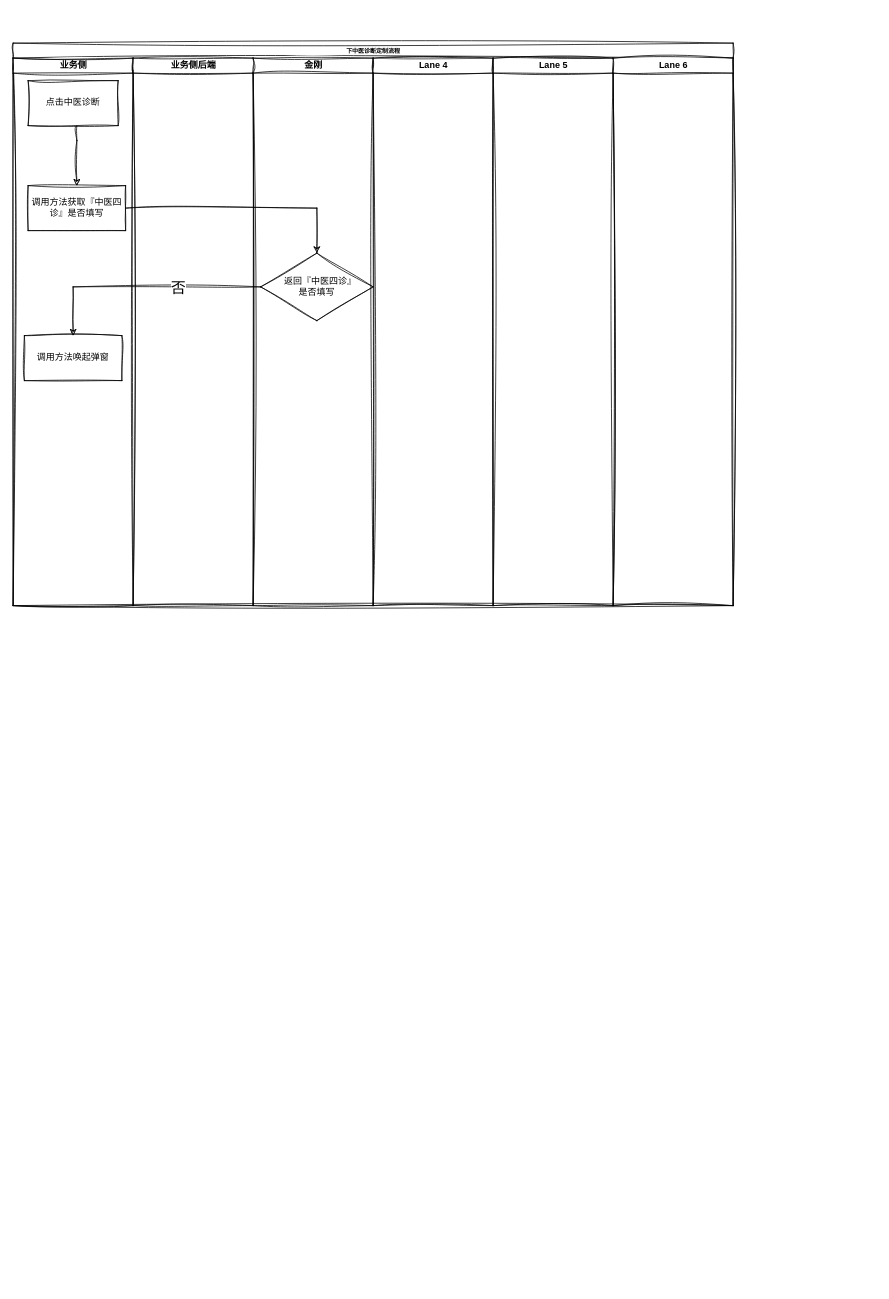
Above: 中医四诊流程.drawio in cydiacen/markdownImg (draw.io), before the change. Source tidied: cells renumbered, new cells numbered last; positions are measured from the earlier drawing's top-left corner, leaving out a move shared by most shapes. Both pictures are drawn from the tidied source at 75%, with x=0, y=0 at pixel (13, 43).
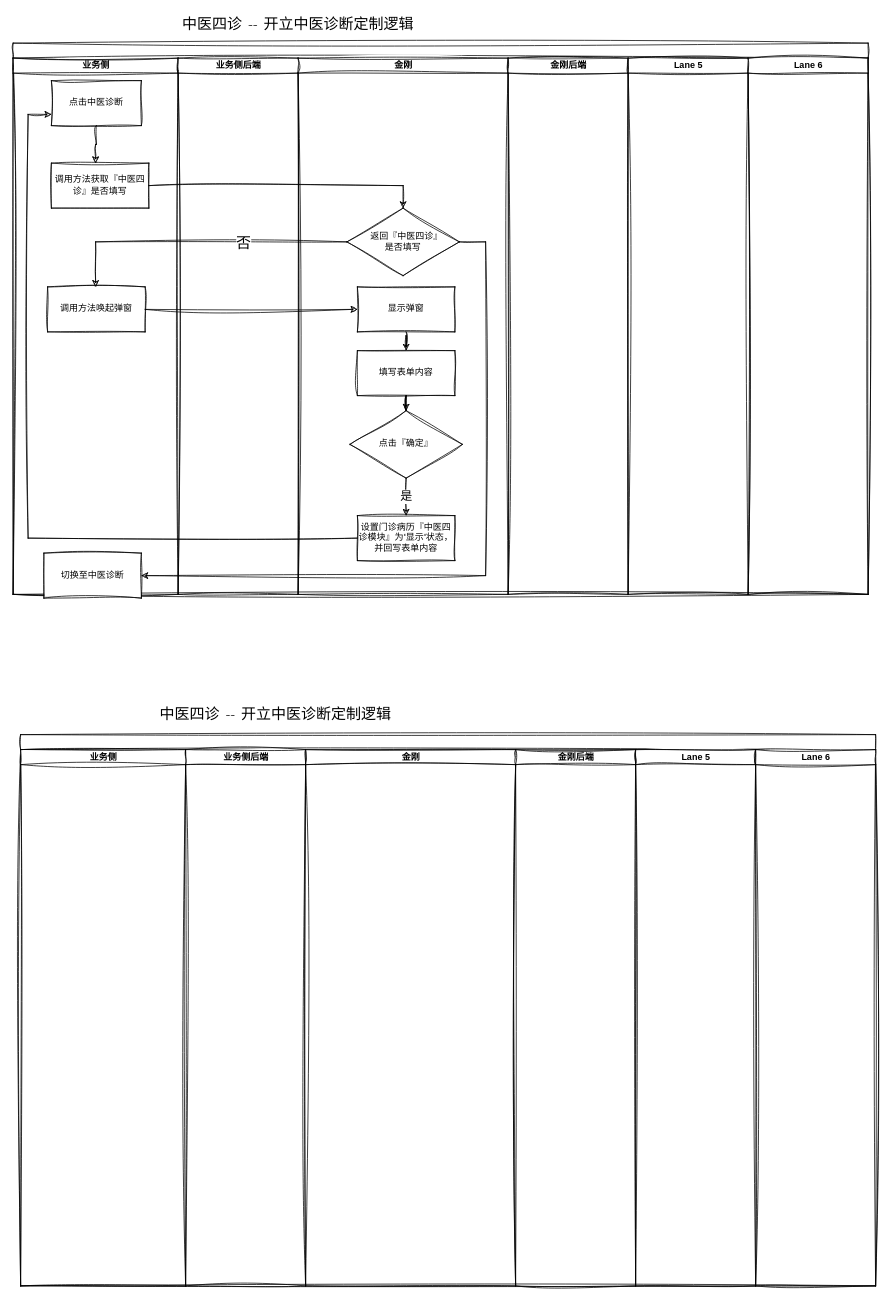
The same page after the edit.

Commit message (it also covers changes not shown here):
更新中医四诊流程.drawio

Diff of the diagram source:
```diff
@@
-    <mxCell id="2" value="下中医诊断定制流程" style="swimlane;html=1;startSize=20;rounded=0;shadow=0;labelBackgroundColor=none;strokeWidth=1;fontFamily=Verdana;fontSize=8;align=center;sketch=1;curveFitting=1;jiggle=2;" parent="1" vertex="1">
-      <mxGeometry width="960" height="750" as="geometry" />
+    <mxCell id="2" style="swimlane;html=1;startSize=20;rounded=0;shadow=0;labelBackgroundColor=none;strokeWidth=1;fontFamily=Verdana;fontSize=8;align=center;sketch=1;curveFitting=1;jiggle=2;spacing=2;" parent="1" vertex="1">
+      <mxGeometry width="1140" height="735" as="geometry" />
     </mxCell>
     <mxCell id="3" value="业务侧" style="swimlane;html=1;startSize=20;sketch=1;curveFitting=1;jiggle=2;" parent="2" vertex="1">
-      <mxGeometry y="20" width="160" height="730" as="geometry" />
+      <mxGeometry y="20" width="220" height="715" as="geometry" />
     </mxCell>
     <mxCell id="4" value="调用方法获取『中医四诊』是否填写" style="rounded=0;whiteSpace=wrap;html=1;sketch=1;hachureGap=4;jiggle=2;curveFitting=1;fontFamily=Architects Daughter;fontSize=12;" parent="3" vertex="1">
-      <mxGeometry x="20" y="170" width="130" height="60" as="geometry" />
+      <mxGeometry x="51" y="140" width="130" height="60" as="geometry" />
     </mxCell>
-    <mxCell id="5" style="edgeStyle=orthogonalEdgeStyle;rounded=0;sketch=1;hachureGap=4;jiggle=2;curveFitting=1;jettySize=auto;html=1;fontFamily=Architects Daughter;fontSize=16;" parent="3" edge="1" source="6" target="4">
-      <mxGeometry relative="1" as="geometry">
-        <Array as="points">
-          <mxPoint x="85" y="110" />
-          <mxPoint x="85" y="110" />
-        </Array>
-      </mxGeometry>
-    </mxCell>
     <mxCell id="6" value="点击中医诊断" style="rounded=0;whiteSpace=wrap;html=1;sketch=1;hachureGap=4;jiggle=2;curveFitting=1;fontFamily=Architects Daughter;fontSize=12;" parent="3" vertex="1">
-      <mxGeometry x="20" y="30" width="120" height="60" as="geometry" />
+      <mxGeometry x="51" y="30" width="120" height="60" as="geometry" />
     </mxCell>
     <mxCell id="7" value="调用方法唤起弹窗" style="rounded=0;whiteSpace=wrap;html=1;sketch=1;hachureGap=4;jiggle=2;curveFitting=1;fontFamily=Architects Daughter;fontSize=12;" parent="3" vertex="1">
-      <mxGeometry x="15" y="370" width="130" height="60" as="geometry" />
+      <mxGeometry x="46" y="305" width="130" height="60" as="geometry" />
     </mxCell>
+    <mxCell id="23" value="切换至中医诊断" style="rounded=0;whiteSpace=wrap;html=1;sketch=1;hachureGap=4;jiggle=2;curveFitting=1;fontFamily=Architects Daughter;fontSize=12;" parent="3" vertex="1">
+      <mxGeometry x="41" y="660" width="130" height="60" as="geometry" />
+    </mxCell>
+    <mxCell id="5" style="edgeStyle=orthogonalEdgeStyle;rounded=0;sketch=1;hachureGap=4;jiggle=2;curveFitting=1;jettySize=auto;html=1;entryX=0.454;entryY=0;entryDx=0;entryDy=0;entryPerimeter=0;fontFamily=Architects Daughter;fontSize=16;" parent="3" edge="1" source="6" target="4">
+      <mxGeometry relative="1" as="geometry" />
+    </mxCell>
     <mxCell id="8" value="业务侧后端" style="swimlane;html=1;startSize=20;sketch=1;curveFitting=1;jiggle=2;" parent="2" vertex="1">
-      <mxGeometry x="160" y="20" width="160" height="730" as="geometry" />
+      <mxGeometry x="220" y="20" width="160" height="715" as="geometry" />
     </mxCell>
     <mxCell id="9" value="金刚" style="swimlane;html=1;startSize=20;sketch=1;curveFitting=1;jiggle=2;" parent="2" vertex="1">
-      <mxGeometry x="320" y="20" width="160" height="730" as="geometry" />
+      <mxGeometry x="380" y="20" width="280" height="715" as="geometry" />
     </mxCell>
@@
     <mxCell id="11" value="&amp;nbsp; 返回『中医四诊』&lt;br&gt;&lt;div style=&quot;&quot;&gt;是否填写&lt;/div&gt;" style="rhombus;whiteSpace=wrap;html=1;sketch=1;hachureGap=4;jiggle=2;curveFitting=1;fontFamily=Architects Daughter;fontSize=12;" parent="9" vertex="1">
-      <mxGeometry x="10" y="260" width="150" height="90" as="geometry" />
+      <mxGeometry x="65" y="200" width="150" height="90" as="geometry" />
     </mxCell>
+    <mxCell id="24" style="edgeStyle=orthogonalEdgeStyle;rounded=0;sketch=1;hachureGap=4;jiggle=2;curveFitting=1;jettySize=auto;html=1;entryX=0.5;entryY=0;entryDx=0;entryDy=0;fontFamily=Architects Daughter;fontSize=16;" parent="9" edge="1" source="25" target="27">
+      <mxGeometry relative="1" as="geometry" />
+    </mxCell>
+    <mxCell id="25" value="显示弹窗" style="rounded=0;whiteSpace=wrap;html=1;sketch=1;hachureGap=4;jiggle=2;curveFitting=1;fontFamily=Architects Daughter;fontSize=12;" parent="9" vertex="1">
+      <mxGeometry x="79" y="305" width="130" height="60" as="geometry" />
+    </mxCell>
+    <mxCell id="26" style="edgeStyle=orthogonalEdgeStyle;rounded=0;sketch=1;hachureGap=4;jiggle=2;curveFitting=1;jettySize=auto;html=1;entryX=0.5;entryY=0;entryDx=0;entryDy=0;fontFamily=Architects Daughter;fontSize=16;" parent="9" edge="1" source="27" target="29">
+      <mxGeometry relative="1" as="geometry" />
+    </mxCell>
+    <mxCell id="27" value="填写表单内容" style="rounded=0;whiteSpace=wrap;html=1;sketch=1;hachureGap=4;jiggle=2;curveFitting=1;fontFamily=Architects Daughter;fontSize=12;" parent="9" vertex="1">
+      <mxGeometry x="79" y="390" width="130" height="60" as="geometry" />
+    </mxCell>
+    <mxCell id="28" value="是" style="edgeStyle=orthogonalEdgeStyle;rounded=0;sketch=1;hachureGap=4;jiggle=2;curveFitting=1;jettySize=auto;html=1;entryX=0.5;entryY=0;entryDx=0;entryDy=0;fontFamily=Architects Daughter;fontSize=16;" parent="9" edge="1" source="29" target="30">
+      <mxGeometry relative="1" as="geometry" />
+    </mxCell>
+    <mxCell id="29" value="点击『确定』" style="rhombus;whiteSpace=wrap;html=1;sketch=1;hachureGap=4;jiggle=2;curveFitting=1;fontFamily=Architects Daughter;fontSize=12;" parent="9" vertex="1">
+      <mxGeometry x="69" y="470" width="150" height="90" as="geometry" />
+    </mxCell>
+    <mxCell id="30" value="设置门诊病历『中医四诊模块』为“显示”状态，并回写表单内容" style="rounded=0;whiteSpace=wrap;html=1;sketch=1;hachureGap=4;jiggle=2;curveFitting=1;fontFamily=Architects Daughter;fontSize=12;" parent="9" vertex="1">
+      <mxGeometry x="79" y="610" width="130" height="60" as="geometry" />
+    </mxCell>
-    <mxCell id="12" value="Lane 4" style="swimlane;html=1;startSize=20;sketch=1;curveFitting=1;jiggle=2;" parent="2" vertex="1">
-      <mxGeometry x="480" y="20" width="160" height="730" as="geometry" />
+    <mxCell id="12" value="金刚后端" style="swimlane;html=1;startSize=20;sketch=1;curveFitting=1;jiggle=2;" parent="2" vertex="1">
+      <mxGeometry x="660" y="20" width="160" height="715" as="geometry" />
     </mxCell>
@@
     <mxCell id="16" value="Lane 5" style="swimlane;html=1;startSize=20;sketch=1;curveFitting=1;jiggle=2;" parent="2" vertex="1">
-      <mxGeometry x="640" y="20" width="160" height="730" as="geometry" />
+      <mxGeometry x="820" y="20" width="160" height="715" as="geometry" />
     </mxCell>
@@
     <mxCell id="19" value="Lane 6" style="swimlane;html=1;startSize=20;sketch=1;curveFitting=1;jiggle=2;" parent="2" vertex="1">
-      <mxGeometry x="800" y="20" width="160" height="730" as="geometry" />
+      <mxGeometry x="980" y="20" width="160" height="715" as="geometry" />
     </mxCell>
@@
     <mxCell id="21" style="edgeStyle=orthogonalEdgeStyle;rounded=0;sketch=1;hachureGap=4;jiggle=2;curveFitting=1;jettySize=auto;html=1;fontFamily=Architects Daughter;fontSize=16;" parent="2" edge="1" source="11" target="7">
-      <mxGeometry relative="1" as="geometry" />
+      <mxGeometry relative="1" as="geometry">
+        <Array as="points">
+          <mxPoint x="110" y="265" />
+        </Array>
+      </mxGeometry>
     </mxCell>
@@
+    <mxCell id="31" style="edgeStyle=orthogonalEdgeStyle;rounded=0;sketch=1;hachureGap=4;jiggle=2;curveFitting=1;jettySize=auto;html=1;entryX=0;entryY=0.5;entryDx=0;entryDy=0;fontFamily=Architects Daughter;fontSize=16;" parent="2" edge="1" source="7" target="25">
+      <mxGeometry relative="1" as="geometry" />
+    </mxCell>
+    <mxCell id="32" style="edgeStyle=orthogonalEdgeStyle;rounded=0;sketch=1;hachureGap=4;jiggle=2;curveFitting=1;jettySize=auto;html=1;entryX=0;entryY=0.75;entryDx=0;entryDy=0;fontFamily=Architects Daughter;fontSize=16;" parent="2" edge="1" source="30" target="6">
+      <mxGeometry relative="1" as="geometry">
+        <Array as="points">
+          <mxPoint x="20" y="660" />
+          <mxPoint x="20" y="95" />
+        </Array>
+      </mxGeometry>
+    </mxCell>
+    <mxCell id="33" style="edgeStyle=orthogonalEdgeStyle;rounded=0;sketch=1;hachureGap=4;jiggle=2;curveFitting=1;jettySize=auto;html=1;entryX=1;entryY=0.5;entryDx=0;entryDy=0;fontFamily=Architects Daughter;fontSize=16;" parent="2" edge="1" source="11" target="23">
+      <mxGeometry relative="1" as="geometry">
+        <Array as="points">
+          <mxPoint x="630" y="265" />
+          <mxPoint x="630" y="710" />
+        </Array>
+      </mxGeometry>
+    </mxCell>
+    <mxCell id="34" value="中医四诊 -- 开立中医诊断定制逻辑" style="text;html=1;strokeColor=none;fillColor=none;align=center;verticalAlign=middle;whiteSpace=wrap;rounded=0;fontSize=20;fontFamily=Architects Daughter;" parent="1" vertex="1">
+      <mxGeometry x="210" y="-40" width="340" height="30" as="geometry" />
+    </mxCell>
+    <mxCell id="35" style="swimlane;html=1;startSize=20;rounded=0;shadow=0;labelBackgroundColor=none;strokeWidth=1;fontFamily=Verdana;fontSize=8;align=center;sketch=1;curveFitting=1;jiggle=2;spacing=2;" parent="1" vertex="1">
+      <mxGeometry x="10" y="922" width="1140" height="735" as="geometry" />
+    </mxCell>
+    <mxCell id="36" value="业务侧" style="swimlane;html=1;startSize=20;sketch=1;curveFitting=1;jiggle=2;" parent="35" vertex="1">
+      <mxGeometry y="20" width="220" height="715" as="geometry" />
+    </mxCell>
+    <mxCell id="37" style="edgeStyle=orthogonalEdgeStyle;rounded=0;sketch=1;hachureGap=4;jiggle=2;curveFitting=1;orthogonalLoop=1;jettySize=auto;html=1;entryX=0.454;entryY=0;entryDx=0;entryDy=0;entryPerimeter=0;fontFamily=Architects Daughter;fontSize=16;" parent="36" edge="1">
+      <mxGeometry relative="1" as="geometry">
+        <mxPoint x="111" y="90" as="sourcePoint" />
+      </mxGeometry>
+    </mxCell>
+    <mxCell id="38" value="业务侧后端" style="swimlane;html=1;startSize=20;sketch=1;curveFitting=1;jiggle=2;" parent="35" vertex="1">
+      <mxGeometry x="220" y="20" width="160" height="715" as="geometry" />
+    </mxCell>
+    <mxCell id="39" value="金刚" style="swimlane;html=1;startSize=20;sketch=1;curveFitting=1;jiggle=2;" parent="35" vertex="1">
+      <mxGeometry x="380" y="20" width="280" height="715" as="geometry" />
+    </mxCell>
+    <mxCell id="40" style="edgeStyle=orthogonalEdgeStyle;rounded=1;html=1;labelBackgroundColor=none;startArrow=none;startFill=0;startSize=5;endArrow=classicThin;endFill=1;endSize=5;jettySize=auto;orthogonalLoop=1;strokeWidth=1;fontFamily=Verdana;fontSize=8;sketch=1;curveFitting=1;jiggle=2;" parent="39" edge="1">
+      <mxGeometry relative="1" as="geometry">
+        <mxPoint x="80" y="215" as="sourcePoint" />
+      </mxGeometry>
+    </mxCell>
+    <mxCell id="41" style="edgeStyle=orthogonalEdgeStyle;rounded=0;sketch=1;hachureGap=4;jiggle=2;curveFitting=1;orthogonalLoop=1;jettySize=auto;html=1;entryX=0.5;entryY=0;entryDx=0;entryDy=0;fontFamily=Architects Daughter;fontSize=16;" parent="39" edge="1">
+      <mxGeometry relative="1" as="geometry">
+        <mxPoint x="144" y="365" as="sourcePoint" />
+      </mxGeometry>
+    </mxCell>
+    <mxCell id="42" style="edgeStyle=orthogonalEdgeStyle;rounded=0;sketch=1;hachureGap=4;jiggle=2;curveFitting=1;orthogonalLoop=1;jettySize=auto;html=1;entryX=0.5;entryY=0;entryDx=0;entryDy=0;fontFamily=Architects Daughter;fontSize=16;" parent="39" edge="1">
+      <mxGeometry relative="1" as="geometry">
+        <mxPoint x="144" y="450" as="sourcePoint" />
+      </mxGeometry>
+    </mxCell>
+    <mxCell id="43" value="是" style="edgeStyle=orthogonalEdgeStyle;rounded=0;sketch=1;hachureGap=4;jiggle=2;curveFitting=1;orthogonalLoop=1;jettySize=auto;html=1;entryX=0.5;entryY=0;entryDx=0;entryDy=0;fontFamily=Architects Daughter;fontSize=16;" parent="39" edge="1">
+      <mxGeometry relative="1" as="geometry">
+        <mxPoint x="144" y="560" as="sourcePoint" />
+      </mxGeometry>
+    </mxCell>
+    <mxCell id="44" value="金刚后端" style="swimlane;html=1;startSize=20;sketch=1;curveFitting=1;jiggle=2;" parent="35" vertex="1">
+      <mxGeometry x="660" y="20" width="160" height="715" as="geometry" />
+    </mxCell>
+    <mxCell id="45" style="edgeStyle=orthogonalEdgeStyle;rounded=1;html=1;labelBackgroundColor=none;startArrow=none;startFill=0;startSize=5;endArrow=classicThin;endFill=1;endSize=5;jettySize=auto;orthogonalLoop=1;strokeColor=#000000;strokeWidth=1;fontFamily=Verdana;fontSize=8;fontColor=#000000;sketch=1;curveFitting=1;jiggle=2;" parent="44" edge="1">
+      <mxGeometry relative="1" as="geometry">
+        <mxPoint x="80" y="300" as="sourcePoint" />
+      </mxGeometry>
+    </mxCell>
+    <mxCell id="46" style="edgeStyle=orthogonalEdgeStyle;rounded=1;html=1;labelBackgroundColor=none;startArrow=none;startFill=0;startSize=5;endArrow=classicThin;endFill=1;endSize=5;jettySize=auto;orthogonalLoop=1;strokeWidth=1;fontFamily=Verdana;fontSize=8;sketch=1;curveFitting=1;jiggle=2;" parent="44" edge="1">
+      <mxGeometry relative="1" as="geometry">
+        <mxPoint x="80" y="380" as="sourcePoint" />
+      </mxGeometry>
+    </mxCell>
+    <mxCell id="47" style="edgeStyle=orthogonalEdgeStyle;rounded=1;html=1;labelBackgroundColor=none;startArrow=none;startFill=0;startSize=5;endArrow=classicThin;endFill=1;endSize=5;jettySize=auto;orthogonalLoop=1;strokeWidth=1;fontFamily=Verdana;fontSize=8;sketch=1;curveFitting=1;jiggle=2;" parent="44" edge="1">
+      <mxGeometry relative="1" as="geometry">
+        <mxPoint x="80" y="620" as="sourcePoint" />
+      </mxGeometry>
+    </mxCell>
+    <mxCell id="48" value="Lane 5" style="swimlane;html=1;startSize=20;sketch=1;curveFitting=1;jiggle=2;" parent="35" vertex="1">
+      <mxGeometry x="820" y="20" width="160" height="715" as="geometry" />
+    </mxCell>
+    <mxCell id="49" style="edgeStyle=orthogonalEdgeStyle;rounded=1;html=1;labelBackgroundColor=none;startArrow=none;startFill=0;startSize=5;endArrow=classicThin;endFill=1;endSize=5;jettySize=auto;orthogonalLoop=1;strokeWidth=1;fontFamily=Verdana;fontSize=8;sketch=1;curveFitting=1;jiggle=2;" parent="48" edge="1">
+      <mxGeometry relative="1" as="geometry">
+        <mxPoint x="80" y="480" as="targetPoint" />
+      </mxGeometry>
+    </mxCell>
+    <mxCell id="50" style="edgeStyle=orthogonalEdgeStyle;rounded=1;html=1;labelBackgroundColor=none;startArrow=none;startFill=0;startSize=5;endArrow=classicThin;endFill=1;endSize=5;jettySize=auto;orthogonalLoop=1;strokeWidth=1;fontFamily=Verdana;fontSize=8;sketch=1;curveFitting=1;jiggle=2;" parent="48" edge="1">
+      <mxGeometry relative="1" as="geometry">
+        <mxPoint x="80" y="560" as="targetPoint" />
+      </mxGeometry>
+    </mxCell>
+    <mxCell id="51" value="Lane 6" style="swimlane;html=1;startSize=20;sketch=1;curveFitting=1;jiggle=2;" parent="35" vertex="1">
+      <mxGeometry x="980" y="20" width="160" height="715" as="geometry" />
+    </mxCell>
+    <mxCell id="52" style="edgeStyle=orthogonalEdgeStyle;rounded=0;sketch=1;hachureGap=4;jiggle=2;curveFitting=1;orthogonalLoop=1;jettySize=auto;html=1;entryX=0.5;entryY=0;entryDx=0;entryDy=0;fontFamily=Architects Daughter;fontSize=16;" parent="35" edge="1">
+      <mxGeometry relative="1" as="geometry">
+        <mxPoint x="181" y="190" as="sourcePoint" />
+      </mxGeometry>
+    </mxCell>
+    <mxCell id="53" style="edgeStyle=orthogonalEdgeStyle;rounded=0;sketch=1;hachureGap=4;jiggle=2;curveFitting=1;orthogonalLoop=1;jettySize=auto;html=1;fontFamily=Architects Daughter;fontSize=16;" parent="35" edge="1">
+      <mxGeometry relative="1" as="geometry">
+        <mxPoint x="110" y="325" as="targetPoint" />
+        <Array as="points">
+          <mxPoint x="110" y="265" />
+        </Array>
+      </mxGeometry>
+    </mxCell>
+    <mxCell id="54" value="否" style="edgeLabel;html=1;align=center;verticalAlign=middle;fontSize=20;fontFamily=Architects Daughter;" parent="53" vertex="1">
+      <mxGeometry x="-0.29" relative="1" as="geometry">
+        <mxPoint x="1" as="offset" />
+      </mxGeometry>
+    </mxCell>
+    <mxCell id="55" style="edgeStyle=orthogonalEdgeStyle;rounded=0;sketch=1;hachureGap=4;jiggle=2;curveFitting=1;orthogonalLoop=1;jettySize=auto;html=1;entryX=0;entryY=0.5;entryDx=0;entryDy=0;fontFamily=Architects Daughter;fontSize=16;" parent="35" edge="1">
+      <mxGeometry relative="1" as="geometry">
+        <mxPoint x="176" y="355" as="sourcePoint" />
+      </mxGeometry>
+    </mxCell>
+    <mxCell id="56" style="edgeStyle=orthogonalEdgeStyle;rounded=0;sketch=1;hachureGap=4;jiggle=2;curveFitting=1;orthogonalLoop=1;jettySize=auto;html=1;entryX=0;entryY=0.75;entryDx=0;entryDy=0;fontFamily=Architects Daughter;fontSize=16;" parent="35" edge="1">
+      <mxGeometry relative="1" as="geometry">
+        <mxPoint x="51" y="95" as="targetPoint" />
+        <Array as="points">
+          <mxPoint x="20" y="660" />
+          <mxPoint x="20" y="95" />
+        </Array>
+      </mxGeometry>
+    </mxCell>
+    <mxCell id="57" style="edgeStyle=orthogonalEdgeStyle;rounded=0;sketch=1;hachureGap=4;jiggle=2;curveFitting=1;orthogonalLoop=1;jettySize=auto;html=1;entryX=1;entryY=0.5;entryDx=0;entryDy=0;fontFamily=Architects Daughter;fontSize=16;" parent="35" edge="1">
+      <mxGeometry relative="1" as="geometry">
+        <mxPoint x="595" y="265" as="sourcePoint" />
+        <Array as="points">
+          <mxPoint x="630" y="265" />
+          <mxPoint x="630" y="710" />
+        </Array>
+      </mxGeometry>
+    </mxCell>
+    <mxCell id="58" value="中医四诊 -- 开立中医诊断定制逻辑" style="text;html=1;strokeColor=none;fillColor=none;align=center;verticalAlign=middle;whiteSpace=wrap;rounded=0;fontSize=20;fontFamily=Architects Daughter;" parent="1" vertex="1">
+      <mxGeometry x="180" y="880" width="340" height="30" as="geometry" />
+    </mxCell>
```
